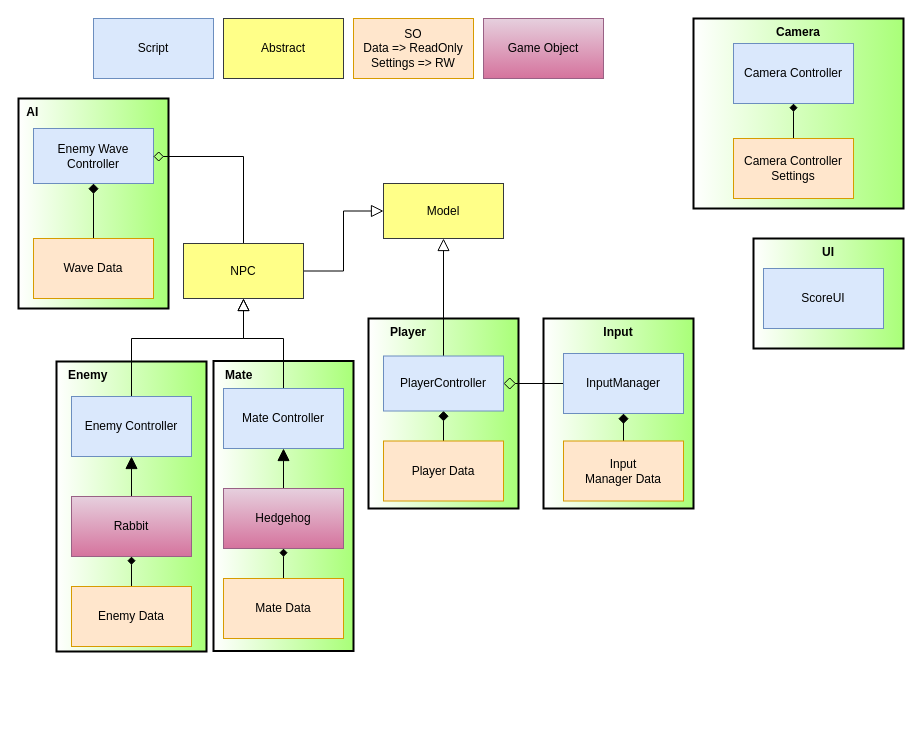
Before: FirstOfUs.drawio in KodluyoruzDev147/H3-OmerAsikoglu-FirstOfUs, a draw.io diagram. Source tidied: cells renumbered, new cells numbered last; positions are measured from the earlier drawing's top-left corner, leaving out a move shared by most shapes. Both pictures are drawn from the tidied source at 100%, with x=0, y=0 at pixel (18, 18).
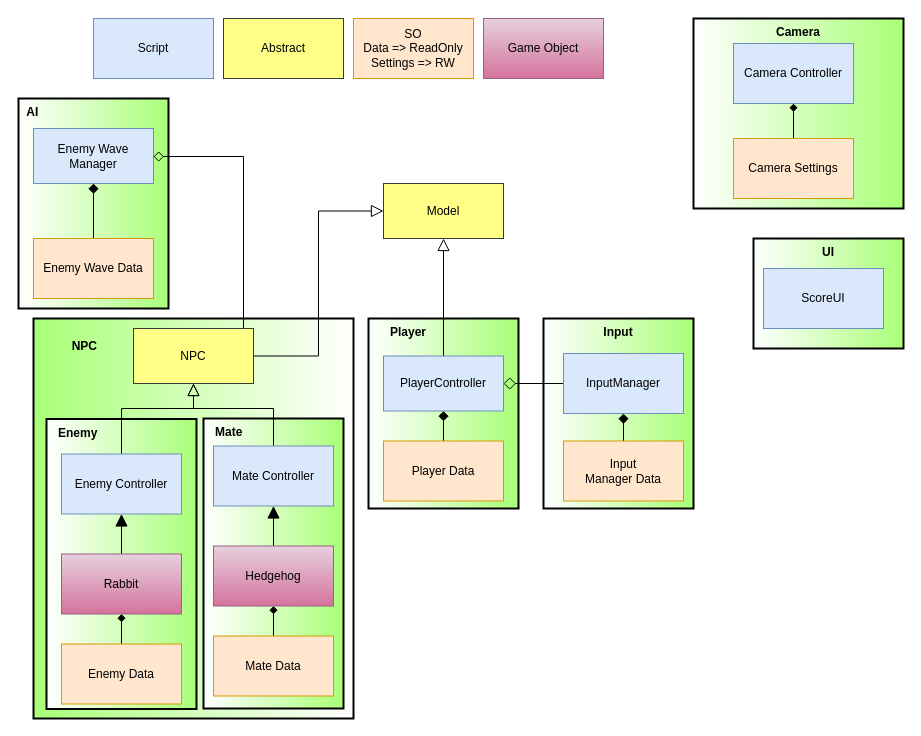
The same page after the edit.

Change to the diagram source:
```diff
@@
+    <mxCell id="44" value="&lt;b&gt;&lt;br&gt;&lt;span style=&quot;white-space: pre&quot;&gt;&#9;&lt;/span&gt;&amp;nbsp; &amp;nbsp;NPC&lt;/b&gt;" style="rounded=0;whiteSpace=wrap;html=1;fillColor=#A9FF78;arcSize=50;labelPadding=0;shadow=0;sketch=0;glass=0;strokeWidth=2;verticalAlign=top;gradientColor=#ffffff;gradientDirection=east;align=left;" parent="1" vertex="1">
+      <mxGeometry x="15" y="300" width="320" height="400" as="geometry" />
+    </mxCell>
@@
     <mxCell id="3" value="&lt;b&gt;&amp;nbsp; &amp;nbsp;Mate&lt;/b&gt;" style="rounded=0;whiteSpace=wrap;html=1;fillColor=#A9FF78;arcSize=50;labelPadding=0;shadow=0;sketch=0;glass=0;strokeWidth=2;verticalAlign=top;gradientColor=#ffffff;gradientDirection=west;align=left;" parent="1" vertex="1">
-      <mxGeometry x="195" y="342.5" width="140" height="290" as="geometry" />
+      <mxGeometry x="185" y="400" width="140" height="290" as="geometry" />
     </mxCell>
     <mxCell id="4" value="&lt;b&gt;&amp;nbsp; &amp;nbsp;Enemy&lt;/b&gt;" style="rounded=0;whiteSpace=wrap;html=1;fillColor=#A9FF78;arcSize=50;labelPadding=0;shadow=0;sketch=0;glass=0;strokeWidth=2;verticalAlign=top;gradientColor=#ffffff;gradientDirection=west;align=left;" parent="1" vertex="1">
-      <mxGeometry x="38" y="343" width="150" height="290" as="geometry" />
+      <mxGeometry x="28" y="400.5" width="150" height="290" as="geometry" />
     </mxCell>
@@
-    <mxCell id="18" value="Camera Controller Settings" style="rounded=0;whiteSpace=wrap;html=1;fillColor=#ffe6cc;strokeColor=#d79b00;" parent="1" vertex="1">
+    <mxCell id="18" value="Camera Settings" style="rounded=0;whiteSpace=wrap;html=1;fillColor=#ffe6cc;strokeColor=#d79b00;" parent="1" vertex="1">
       <mxGeometry x="715" y="120" width="120" height="60" as="geometry" />
     </mxCell>
@@
-    <mxCell id="21" value="Enemy Wave Controller" style="rounded=0;whiteSpace=wrap;html=1;fillColor=#dae8fc;strokeColor=#6c8ebf;" parent="1" vertex="1">
+    <mxCell id="21" value="Enemy Wave Manager" style="rounded=0;whiteSpace=wrap;html=1;fillColor=#dae8fc;strokeColor=#6c8ebf;" parent="1" vertex="1">
       <mxGeometry x="15" y="110" width="120" height="55" as="geometry" />
     </mxCell>
@@
     <mxCell id="24" value="NPC" style="rounded=0;whiteSpace=wrap;html=1;fillColor=#ffff88;strokeColor=#36393d;" parent="1" vertex="1">
-      <mxGeometry x="165" y="225" width="120" height="55" as="geometry" />
+      <mxGeometry x="115" y="310" width="120" height="55" as="geometry" />
     </mxCell>
@@
     <mxCell id="27" value="Rabbit" style="rounded=0;whiteSpace=wrap;html=1;fillColor=#e6d0de;strokeColor=#996185;gradientColor=#d5739d;" parent="1" vertex="1">
-      <mxGeometry x="53" y="478" width="120" height="60" as="geometry" />
+      <mxGeometry x="43" y="535.5" width="120" height="60" as="geometry" />
     </mxCell>
@@
     <mxCell id="29" value="Hedgehog" style="rounded=0;whiteSpace=wrap;html=1;fillColor=#e6d0de;strokeColor=#996185;gradientColor=#d5739d;" parent="1" vertex="1">
-      <mxGeometry x="205" y="470" width="120" height="60" as="geometry" />
+      <mxGeometry x="195" y="527.5" width="120" height="60" as="geometry" />
     </mxCell>
@@
-    <mxCell id="31" value="Wave Data" style="rounded=0;whiteSpace=wrap;html=1;fillColor=#ffe6cc;strokeColor=#d79b00;" parent="1" vertex="1">
+    <mxCell id="31" value="Enemy Wave Data" style="rounded=0;whiteSpace=wrap;html=1;fillColor=#ffe6cc;strokeColor=#d79b00;" parent="1" vertex="1">
       <mxGeometry x="15" y="220" width="120" height="60" as="geometry" />
     </mxCell>
@@
     <mxCell id="35" value="Mate Data" style="rounded=0;whiteSpace=wrap;html=1;fillColor=#ffe6cc;strokeColor=#d79b00;" parent="1" vertex="1">
-      <mxGeometry x="205" y="560" width="120" height="60" as="geometry" />
+      <mxGeometry x="195" y="617.5" width="120" height="60" as="geometry" />
     </mxCell>
@@
     <mxCell id="37" value="Enemy Data" style="rounded=0;whiteSpace=wrap;html=1;fillColor=#ffe6cc;strokeColor=#d79b00;" parent="1" vertex="1">
-      <mxGeometry x="53" y="568" width="120" height="60" as="geometry" />
+      <mxGeometry x="43" y="625.5" width="120" height="60" as="geometry" />
     </mxCell>
@@
-    <mxCell id="39" style="edgeStyle=orthogonalEdgeStyle;rounded=0;jettySize=auto;html=1;endArrow=block;endFill=0;endSize=10;" parent="1" edge="1" source="40" target="24">
+    <mxCell id="39" style="edgeStyle=orthogonalEdgeStyle;rounded=0;jettySize=auto;html=1;exitX=0.5;exitY=0;exitDx=0;exitDy=0;entryX=0.5;entryY=1;entryDx=0;entryDy=0;endArrow=block;endFill=0;endSize=10;" parent="1" edge="1" source="40" target="24">
       <mxGeometry relative="1" as="geometry">
         <Array as="points">
-          <mxPoint x="113" y="320" />
-          <mxPoint x="225" y="320" />
+          <mxPoint x="103" y="390" />
+          <mxPoint x="175" y="390" />
         </Array>
       </mxGeometry>
     </mxCell>
     <mxCell id="40" value="Enemy Controller" style="rounded=0;whiteSpace=wrap;html=1;fillColor=#dae8fc;strokeColor=#6c8ebf;" parent="1" vertex="1">
-      <mxGeometry x="53" y="378" width="120" height="60" as="geometry" />
+      <mxGeometry x="43" y="435.5" width="120" height="60" as="geometry" />
     </mxCell>
-    <mxCell id="41" style="edgeStyle=orthogonalEdgeStyle;rounded=0;jettySize=auto;html=1;endArrow=block;endFill=0;endSize=10;" parent="1" edge="1" source="42" target="24">
+    <mxCell id="41" style="edgeStyle=orthogonalEdgeStyle;rounded=0;jettySize=auto;html=1;exitX=0.5;exitY=0;exitDx=0;exitDy=0;entryX=0.5;entryY=1;entryDx=0;entryDy=0;endArrow=block;endFill=0;endSize=10;" parent="1" edge="1" source="42" target="24">
       <mxGeometry relative="1" as="geometry">
         <Array as="points">
-          <mxPoint x="265" y="320" />
-          <mxPoint x="225" y="320" />
+          <mxPoint x="255" y="390" />
+          <mxPoint x="175" y="390" />
         </Array>
       </mxGeometry>
     </mxCell>
     <mxCell id="42" value="Mate Controller" style="rounded=0;whiteSpace=wrap;html=1;fillColor=#dae8fc;strokeColor=#6c8ebf;" parent="1" vertex="1">
-      <mxGeometry x="205" y="370" width="120" height="60" as="geometry" />
+      <mxGeometry x="195" y="427.5" width="120" height="60" as="geometry" />
     </mxCell>
```
